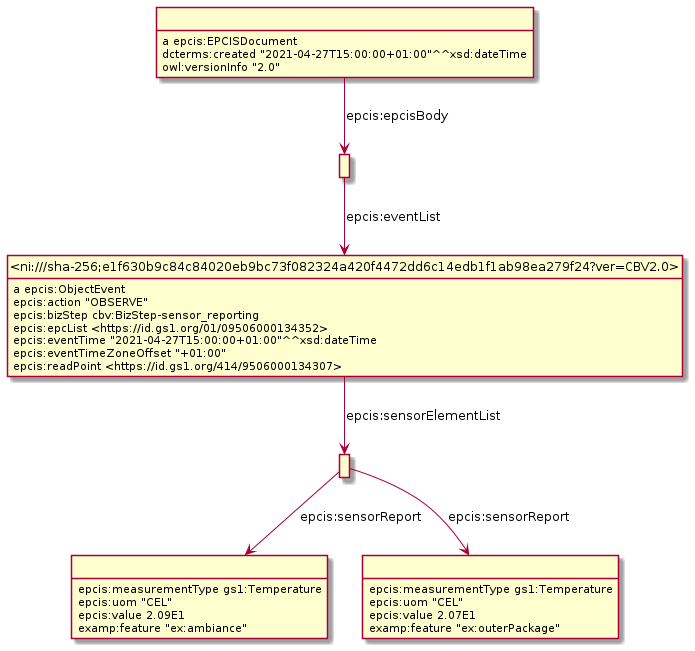
This is Diagrams/WithSensorData/SensorDataExample13.png from gs1/EPCIS, a PlantUML export, as it was before one commit.
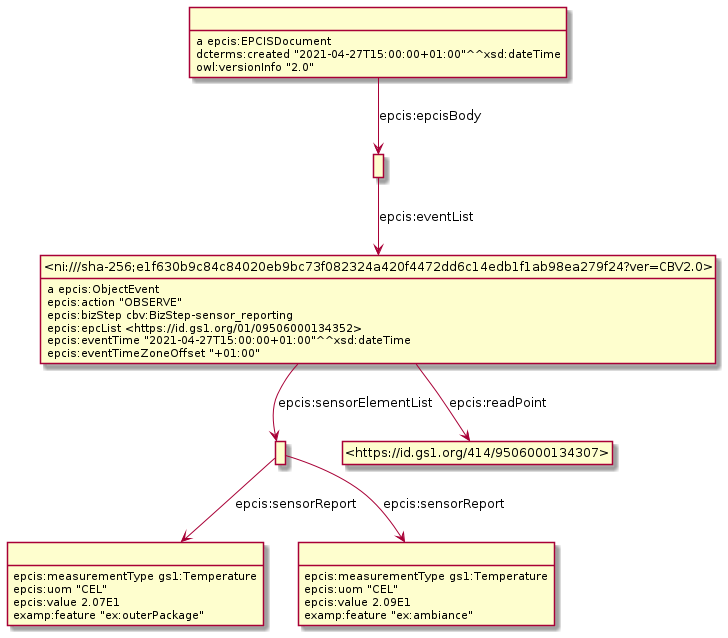
The same diagram one commit later.

Diff of the diagram source:
```diff
@@ -3,33 +3,34 @@
 hide empty attributes
 hide circle
 skinparam classAttributeIconSize 0
-class _r1631889722r4_ as " "
-_r1631889722r4_ : epcis:measurementType gs1:Temperature
-_r1631889722r4_ : epcis:uom "CEL"
-_r1631889722r4_ : epcis:value 2.09E1
-_r1631889722r4_ : examp:feature "ex:ambiance"
+class _r1632232172r2_ as " "
+class _r1632232172r3_ as " "
+_r1632232172r2_ -down-> _r1632232172r3_ : epcis:sensorReport
+class _r1632232172r4_ as " "
+_r1632232172r2_ -down-> _r1632232172r4_ : epcis:sensorReport
+class _r1632232172r1_ as " "
 class _ni_sha_256_e1f630b9c84c84020eb9bc73f082324a420f4472dd6c14edb1f1ab98ea279f24_ver_CBV2_0_ as "<ni:///sha-256;e1f630b9c84c84020eb9bc73f082324a420f4472dd6c14edb1f1ab98ea279f24?ver=CBV2.0>"
+_r1632232172r1_ -down-> _ni_sha_256_e1f630b9c84c84020eb9bc73f082324a420f4472dd6c14edb1f1ab98ea279f24_ver_CBV2_0_ : epcis:eventList
+class _r1632232172r0_ as " "
+_r1632232172r0_ : a epcis:EPCISDocument
+_r1632232172r0_ -down-> _r1632232172r1_ : epcis:epcisBody
+_r1632232172r0_ : dcterms:created "2021-04-27T15:00:00+01:00"^^xsd:dateTime
+_r1632232172r0_ : owl:versionInfo "2.0"
 _ni_sha_256_e1f630b9c84c84020eb9bc73f082324a420f4472dd6c14edb1f1ab98ea279f24_ver_CBV2_0_ : a epcis:ObjectEvent
-class _r1631889722r2_ as " "
-_ni_sha_256_e1f630b9c84c84020eb9bc73f082324a420f4472dd6c14edb1f1ab98ea279f24_ver_CBV2_0_ -down-> _r1631889722r2_ : epcis:sensorElementList
+class _https_id_gs1_org_414_9506000134307_ as "<https://id.gs1.org/414/9506000134307>"
+_ni_sha_256_e1f630b9c84c84020eb9bc73f082324a420f4472dd6c14edb1f1ab98ea279f24_ver_CBV2_0_ -down-> _https_id_gs1_org_414_9506000134307_ : epcis:readPoint
+_ni_sha_256_e1f630b9c84c84020eb9bc73f082324a420f4472dd6c14edb1f1ab98ea279f24_ver_CBV2_0_ -down-> _r1632232172r2_ : epcis:sensorElementList
 _ni_sha_256_e1f630b9c84c84020eb9bc73f082324a420f4472dd6c14edb1f1ab98ea279f24_ver_CBV2_0_ : epcis:action "OBSERVE"
 _ni_sha_256_e1f630b9c84c84020eb9bc73f082324a420f4472dd6c14edb1f1ab98ea279f24_ver_CBV2_0_ : epcis:bizStep cbv:BizStep-sensor_reporting
 _ni_sha_256_e1f630b9c84c84020eb9bc73f082324a420f4472dd6c14edb1f1ab98ea279f24_ver_CBV2_0_ : epcis:epcList <https://id.gs1.org/01/09506000134352>
 _ni_sha_256_e1f630b9c84c84020eb9bc73f082324a420f4472dd6c14edb1f1ab98ea279f24_ver_CBV2_0_ : epcis:eventTime "2021-04-27T15:00:00+01:00"^^xsd:dateTime
 _ni_sha_256_e1f630b9c84c84020eb9bc73f082324a420f4472dd6c14edb1f1ab98ea279f24_ver_CBV2_0_ : epcis:eventTimeZoneOffset "+01:00"
-_ni_sha_256_e1f630b9c84c84020eb9bc73f082324a420f4472dd6c14edb1f1ab98ea279f24_ver_CBV2_0_ : epcis:readPoint <https://id.gs1.org/414/9506000134307>
-class _r1631889722r3_ as " "
-_r1631889722r2_ -down-> _r1631889722r3_ : epcis:sensorReport
-_r1631889722r2_ -down-> _r1631889722r4_ : epcis:sensorReport
-_r1631889722r3_ : epcis:measurementType gs1:Temperature
-_r1631889722r3_ : epcis:uom "CEL"
-_r1631889722r3_ : epcis:value 2.07E1
-_r1631889722r3_ : examp:feature "ex:outerPackage"
-class _r1631889722r0_ as " "
-_r1631889722r0_ : a epcis:EPCISDocument
-class _r1631889722r1_ as " "
-_r1631889722r0_ -down-> _r1631889722r1_ : epcis:epcisBody
-_r1631889722r0_ : dcterms:created "2021-04-27T15:00:00+01:00"^^xsd:dateTime
-_r1631889722r0_ : owl:versionInfo "2.0"
-_r1631889722r1_ -down-> _ni_sha_256_e1f630b9c84c84020eb9bc73f082324a420f4472dd6c14edb1f1ab98ea279f24_ver_CBV2_0_ : epcis:eventList
+_r1632232172r4_ : epcis:measurementType gs1:Temperature
+_r1632232172r4_ : epcis:uom "CEL"
+_r1632232172r4_ : epcis:value 2.09E1
+_r1632232172r4_ : examp:feature "ex:ambiance"
+_r1632232172r3_ : epcis:measurementType gs1:Temperature
+_r1632232172r3_ : epcis:uom "CEL"
+_r1632232172r3_ : epcis:value 2.07E1
+_r1632232172r3_ : examp:feature "ex:outerPackage"
 @enduml
```
